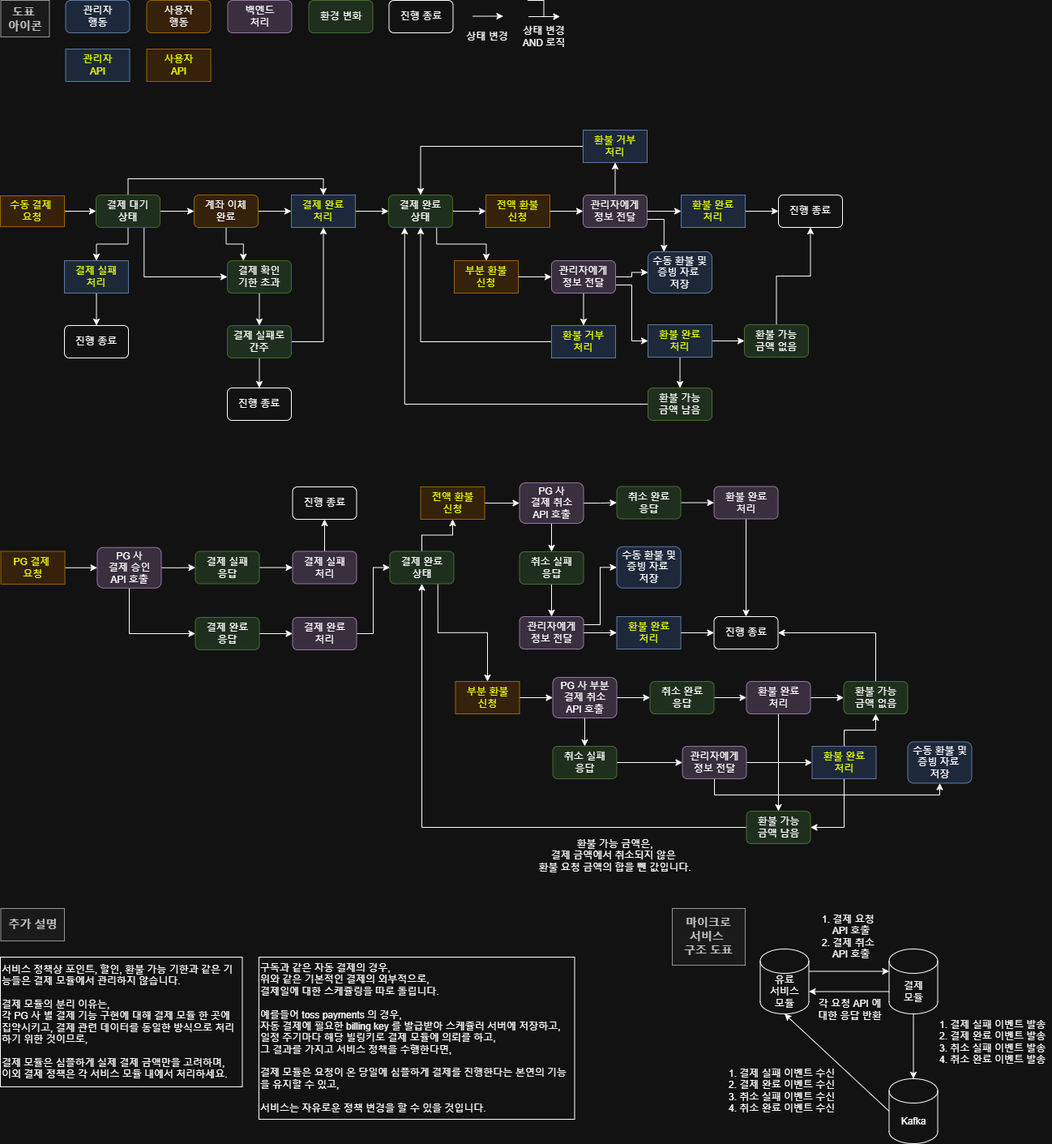
Earlier version of the draw.io export module-payment/external_files/blue_print/payment.drawio.png (RaillyLinker/Kotlin_SpringbootMvc_Template). Source tidied: cells renumbered, new cells last; positions are measured from the earlier drawing's top-left corner, leaving out a move shared by most shapes.
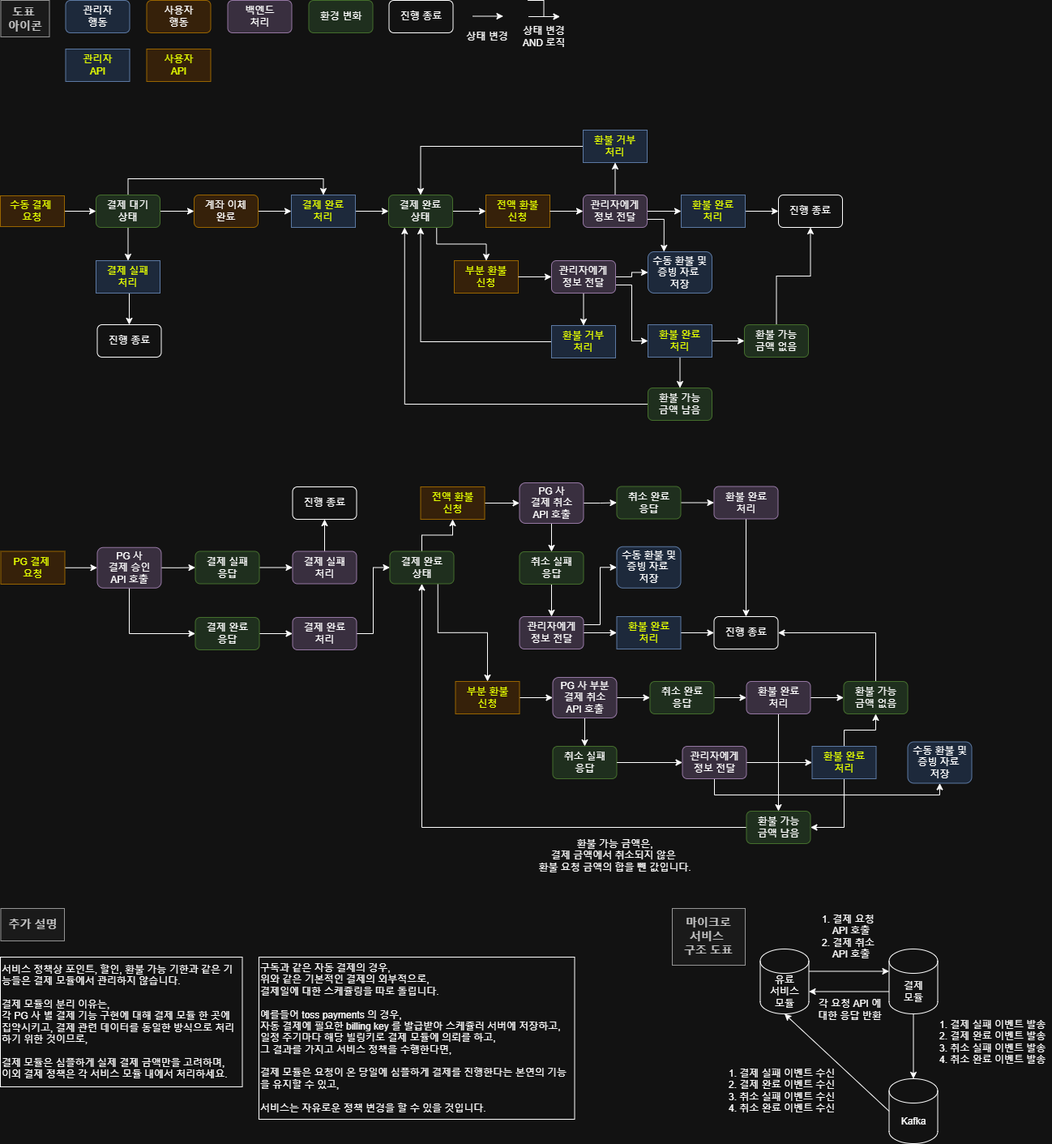
After the change.

What changed in the source:
```diff
@@ -62,9 +62,6 @@
     <mxCell id="21" style="edgeStyle=orthogonalEdgeStyle;rounded=0;jettySize=auto;html=1;exitX=0.5;exitY=1;exitDx=0;exitDy=0;entryX=0.5;entryY=0;entryDx=0;entryDy=0;" parent="1" edge="1" source="24" target="29">
       <mxGeometry relative="1" as="geometry" />
     </mxCell>
-    <mxCell id="22" style="edgeStyle=orthogonalEdgeStyle;rounded=0;jettySize=auto;html=1;exitX=0.75;exitY=1;exitDx=0;exitDy=0;entryX=0;entryY=0.5;entryDx=0;entryDy=0;" parent="1" edge="1" source="24" target="37">
-      <mxGeometry relative="1" as="geometry" />
-    </mxCell>
     <mxCell id="23" style="edgeStyle=orthogonalEdgeStyle;rounded=0;jettySize=auto;html=1;exitX=0.5;exitY=0;exitDx=0;exitDy=0;entryX=0.5;entryY=0;entryDx=0;entryDy=0;" parent="1" edge="1" source="24" target="32">
       <mxGeometry relative="1" as="geometry" />
     </mxCell>
@@ -74,9 +71,6 @@
     <mxCell id="25" style="edgeStyle=orthogonalEdgeStyle;rounded=0;jettySize=auto;html=1;exitX=1;exitY=0.5;exitDx=0;exitDy=0;entryX=0;entryY=0.5;entryDx=0;entryDy=0;" parent="1" edge="1" source="27" target="32">
       <mxGeometry relative="1" as="geometry" />
     </mxCell>
-    <mxCell id="26" style="edgeStyle=orthogonalEdgeStyle;rounded=0;jettySize=auto;html=1;exitX=0.5;exitY=1;exitDx=0;exitDy=0;entryX=0.25;entryY=0;entryDx=0;entryDy=0;" parent="1" edge="1" source="27" target="37">
-      <mxGeometry relative="1" as="geometry" />
-    </mxCell>
     <mxCell id="27" value="계좌 이체&lt;div&gt;완료&lt;/div&gt;" style="rounded=1;whiteSpace=wrap;html=1;fillColor=#ffe6cc;strokeColor=#d79b00;" parent="1" vertex="1">
       <mxGeometry x="239" y="240" width="79" height="40" as="geometry" />
     </mxCell>
@@ -84,10 +78,10 @@
       <mxGeometry relative="1" as="geometry" />
     </mxCell>
     <mxCell id="29" value="결제 실패&lt;div&gt;처리&lt;/div&gt;" style="rounded=0;whiteSpace=wrap;html=1;fillColor=#dae8fc;strokeColor=#6c8ebf;fontColor=light-dark(#000000,#E5FF00);" parent="1" vertex="1">
-      <mxGeometry x="79" y="321" width="79" height="40" as="geometry" />
+      <mxGeometry x="118" y="321" width="79" height="40" as="geometry" />
     </mxCell>
     <mxCell id="30" value="진행 종료" style="rounded=1;whiteSpace=wrap;html=1;" parent="1" vertex="1">
-      <mxGeometry x="79" y="401" width="79" height="40" as="geometry" />
+      <mxGeometry x="119.5" y="400" width="79" height="40" as="geometry" />
     </mxCell>
     <mxCell id="31" style="edgeStyle=orthogonalEdgeStyle;rounded=0;jettySize=auto;html=1;exitX=1;exitY=0.5;exitDx=0;exitDy=0;entryX=0;entryY=0.5;entryDx=0;entryDy=0;" parent="1" edge="1" source="32" target="77">
       <mxGeometry relative="1" as="geometry" />
@@ -104,24 +98,6 @@
     <mxCell id="35" value="진행 종료" style="rounded=1;whiteSpace=wrap;html=1;" parent="1" vertex="1">
       <mxGeometry x="360.5" y="600" width="79" height="40" as="geometry" />
     </mxCell>
-    <mxCell id="36" style="edgeStyle=orthogonalEdgeStyle;rounded=0;jettySize=auto;html=1;exitX=0.5;exitY=1;exitDx=0;exitDy=0;entryX=0.5;entryY=0;entryDx=0;entryDy=0;" parent="1" edge="1" source="37" target="40">
-      <mxGeometry relative="1" as="geometry" />
-    </mxCell>
-    <mxCell id="37" value="결제 확인&lt;div&gt;기한 초과&lt;/div&gt;" style="rounded=1;whiteSpace=wrap;html=1;fillColor=#d5e8d4;strokeColor=#82b366;" parent="1" vertex="1">
-      <mxGeometry x="280" y="321" width="79" height="40" as="geometry" />
-    </mxCell>
-    <mxCell id="38" style="edgeStyle=orthogonalEdgeStyle;rounded=0;jettySize=auto;html=1;exitX=0.5;exitY=1;exitDx=0;exitDy=0;entryX=0.5;entryY=0;entryDx=0;entryDy=0;" parent="1" edge="1" source="40" target="41">
-      <mxGeometry relative="1" as="geometry" />
-    </mxCell>
-    <mxCell id="39" style="edgeStyle=orthogonalEdgeStyle;rounded=0;jettySize=auto;html=1;exitX=1;exitY=0.5;exitDx=0;exitDy=0;entryX=0.5;entryY=1;entryDx=0;entryDy=0;" parent="1" edge="1" source="40" target="32">
-      <mxGeometry relative="1" as="geometry" />
-    </mxCell>
-    <mxCell id="40" value="결제 실패로&lt;div&gt;간주&lt;/div&gt;" style="rounded=1;whiteSpace=wrap;html=1;fillColor=#d5e8d4;strokeColor=#82b366;" parent="1" vertex="1">
-      <mxGeometry x="280" y="401" width="79" height="40" as="geometry" />
-    </mxCell>
-    <mxCell id="41" value="진행 종료" style="rounded=1;whiteSpace=wrap;html=1;" parent="1" vertex="1">
-      <mxGeometry x="280" y="478" width="79" height="40" as="geometry" />
-    </mxCell>
     <mxCell id="42" style="edgeStyle=orthogonalEdgeStyle;rounded=0;jettySize=auto;html=1;exitX=1;exitY=0.5;exitDx=0;exitDy=0;entryX=0;entryY=0.5;entryDx=0;entryDy=0;" parent="1" edge="1" source="43" target="46">
       <mxGeometry relative="1" as="geometry" />
     </mxCell>
```
